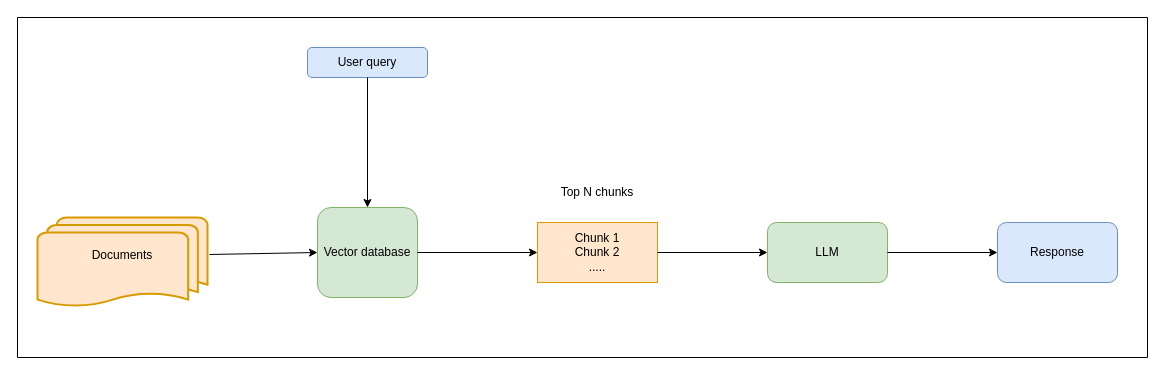
czotterbenedek/szakdoga_tdk keeps this draw.io diagram as flowchart/rag.drawio. Above is the earlier version. Source tidied: cells renumbered, new cells numbered last; positions are measured from the earlier drawing's top-left corner, leaving out a move shared by most shapes. Both pictures are drawn from the tidied source at 100%, with x=0, y=0 at pixel (17, 17).
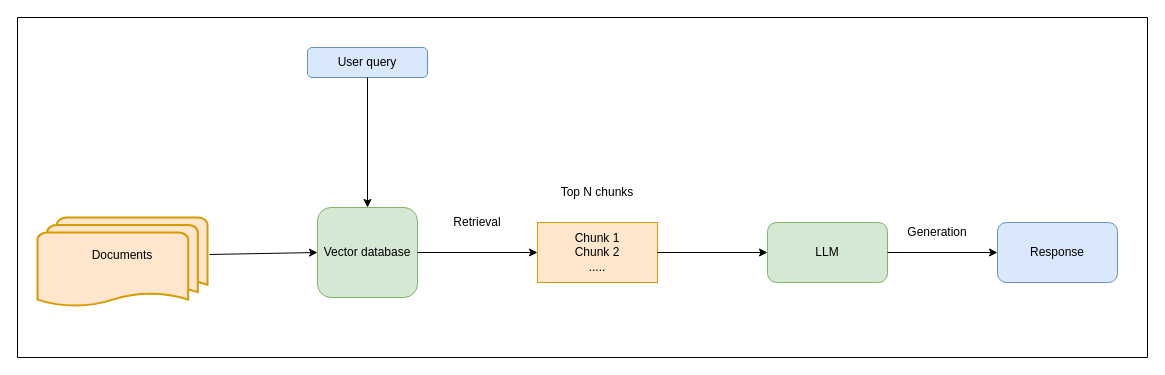
The same diagram, later.

Change to the diagram source:
```diff
@@
 <mxGraphModel>
   <root>
     <mxCell id="0" />
     <mxCell id="1" parent="0" />
     <mxCell id="2" value="User query" style="rounded=1;whiteSpace=wrap;html=1;fillColor=#dae8fc;strokeColor=#6c8ebf;" parent="1" vertex="1">
       <mxGeometry x="290" y="30" width="120" height="30" as="geometry" />
     </mxCell>
     <mxCell id="3" value="Vector database" style="rounded=1;whiteSpace=wrap;html=1;fillColor=#d5e8d4;strokeColor=#82b366;" parent="1" vertex="1">
       <mxGeometry x="300" y="190" width="100" height="90" as="geometry" />
     </mxCell>
     <mxCell id="4" value="Documents&lt;div&gt;&lt;br&gt;&lt;/div&gt;" style="strokeWidth=2;html=1;shape=mxgraph.flowchart.multi-document;whiteSpace=wrap;fillColor=#ffe6cc;strokeColor=#d79b00;" parent="1" vertex="1">
       <mxGeometry x="20" y="200" width="170" height="90" as="geometry" />
     </mxCell>
     <mxCell id="5" style="endArrow=classic;html=1;rounded=0;exitX=1.012;exitY=0.411;exitDx=0;exitDy=0;exitPerimeter=0;entryX=0;entryY=0.5;entryDx=0;entryDy=0;" parent="1" edge="1" source="4" target="3">
       <mxGeometry relative="1" as="geometry" />
     </mxCell>
     <mxCell id="6" style="endArrow=classic;html=1;rounded=0;exitX=0.5;exitY=1;exitDx=0;exitDy=0;entryX=0.5;entryY=0;entryDx=0;entryDy=0;" parent="1" edge="1" source="2" target="3">
       <mxGeometry relative="1" as="geometry" />
     </mxCell>
     <mxCell id="7" value="Chunk 1&lt;div&gt;Chunk 2&lt;/div&gt;&lt;div&gt;.....&lt;/div&gt;" style="rounded=0;whiteSpace=wrap;html=1;fillColor=#ffe6cc;strokeColor=#d79b00;" parent="1" vertex="1">
       <mxGeometry x="520" y="205" width="120" height="60" as="geometry" />
     </mxCell>
     <mxCell id="8" value="Top N chunks" style="text;html=1;align=center;verticalAlign=middle;whiteSpace=wrap;rounded=0;" parent="1" vertex="1">
       <mxGeometry x="535" y="160" width="90" height="30" as="geometry" />
     </mxCell>
     <mxCell id="9" style="endArrow=classic;html=1;rounded=0;entryX=0;entryY=0.5;entryDx=0;entryDy=0;exitX=1;exitY=0.5;exitDx=0;exitDy=0;" parent="1" edge="1" source="3" target="7">
       <mxGeometry relative="1" as="geometry" />
     </mxCell>
     <mxCell id="10" value="LLM" style="rounded=1;whiteSpace=wrap;html=1;fillColor=#d5e8d4;strokeColor=#82b366;" parent="1" vertex="1">
       <mxGeometry x="750" y="205" width="120" height="60" as="geometry" />
     </mxCell>
     <mxCell id="11" value="Response" style="rounded=1;whiteSpace=wrap;html=1;fillColor=#dae8fc;strokeColor=#6c8ebf;" parent="1" vertex="1">
       <mxGeometry x="980" y="205" width="120" height="60" as="geometry" />
     </mxCell>
     <mxCell id="12" style="endArrow=classic;html=1;rounded=0;entryX=0;entryY=0.5;entryDx=0;entryDy=0;exitX=1;exitY=0.5;exitDx=0;exitDy=0;" parent="1" edge="1" source="7" target="10">
       <mxGeometry relative="1" as="geometry" />
     </mxCell>
     <mxCell id="13" style="endArrow=classic;html=1;rounded=0;entryX=0;entryY=0.5;entryDx=0;entryDy=0;exitX=1;exitY=0.5;exitDx=0;exitDy=0;" parent="1" edge="1" source="10" target="11">
       <mxGeometry relative="1" as="geometry" />
     </mxCell>
     <mxCell id="14" style="swimlane;startSize=0;" parent="1" vertex="1">
       <mxGeometry width="1130" height="340" as="geometry" />
     </mxCell>
+    <mxCell id="15" value="Generation" style="text;html=1;align=center;verticalAlign=middle;whiteSpace=wrap;rounded=0;" parent="14" vertex="1">
+      <mxGeometry x="890" y="200" width="60" height="30" as="geometry" />
+    </mxCell>
+    <mxCell id="16" value="Retrieval" style="text;html=1;align=center;verticalAlign=middle;whiteSpace=wrap;rounded=0;" parent="14" vertex="1">
+      <mxGeometry x="430" y="190" width="60" height="30" as="geometry" />
+    </mxCell>
   </root>
 </mxGraphModel>
```
